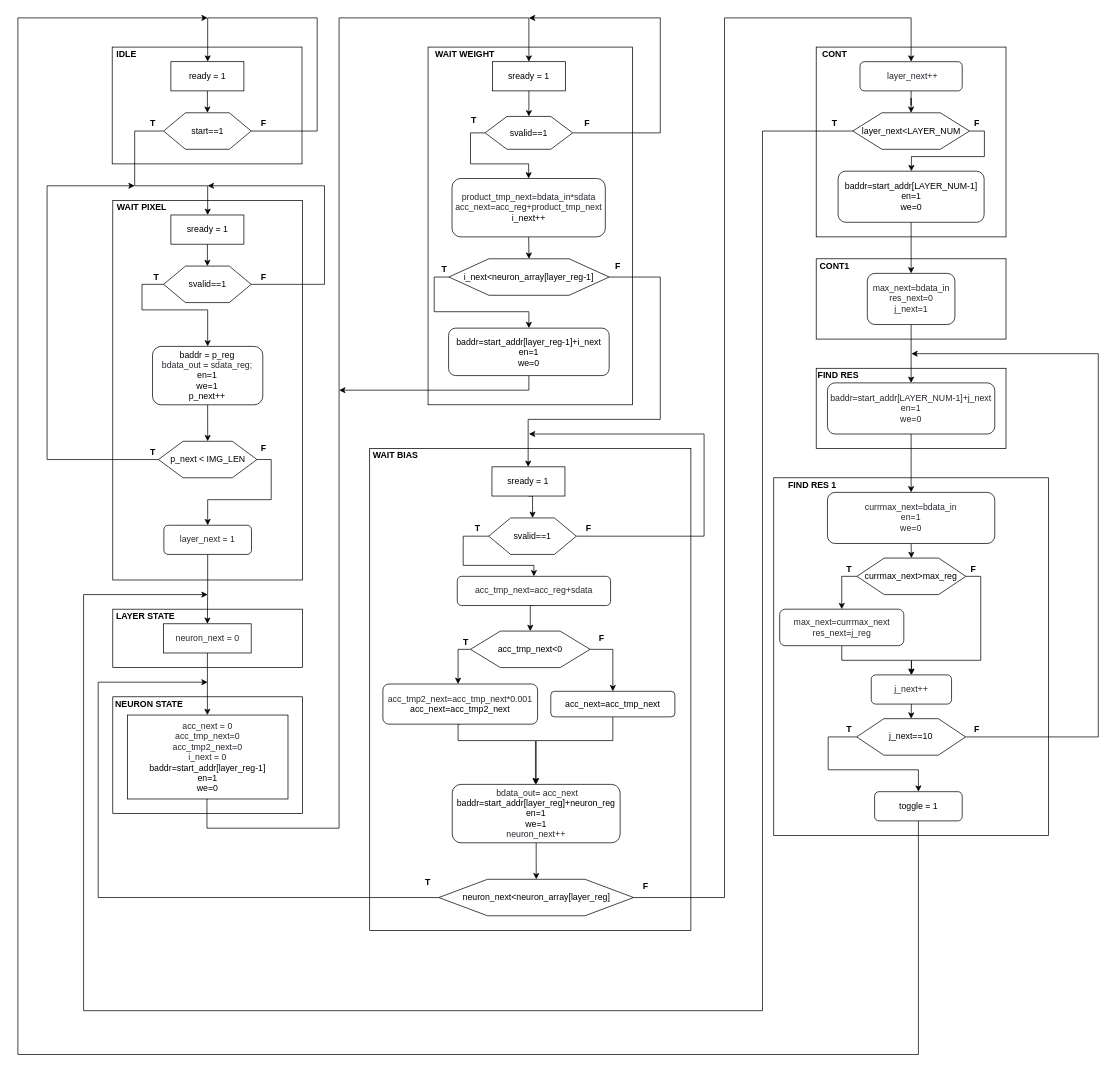
Above: grafici/asmd_chart.drawio in felixhsu123/mlp_vhdl (draw.io), before the change. Source tidied: cells renumbered, new cells numbered last; positions are measured from the earlier drawing's top-left corner, leaving out a move shared by most shapes. Both pictures are drawn from the tidied source at 73%, with x=0, y=0 at pixel (18, 18).
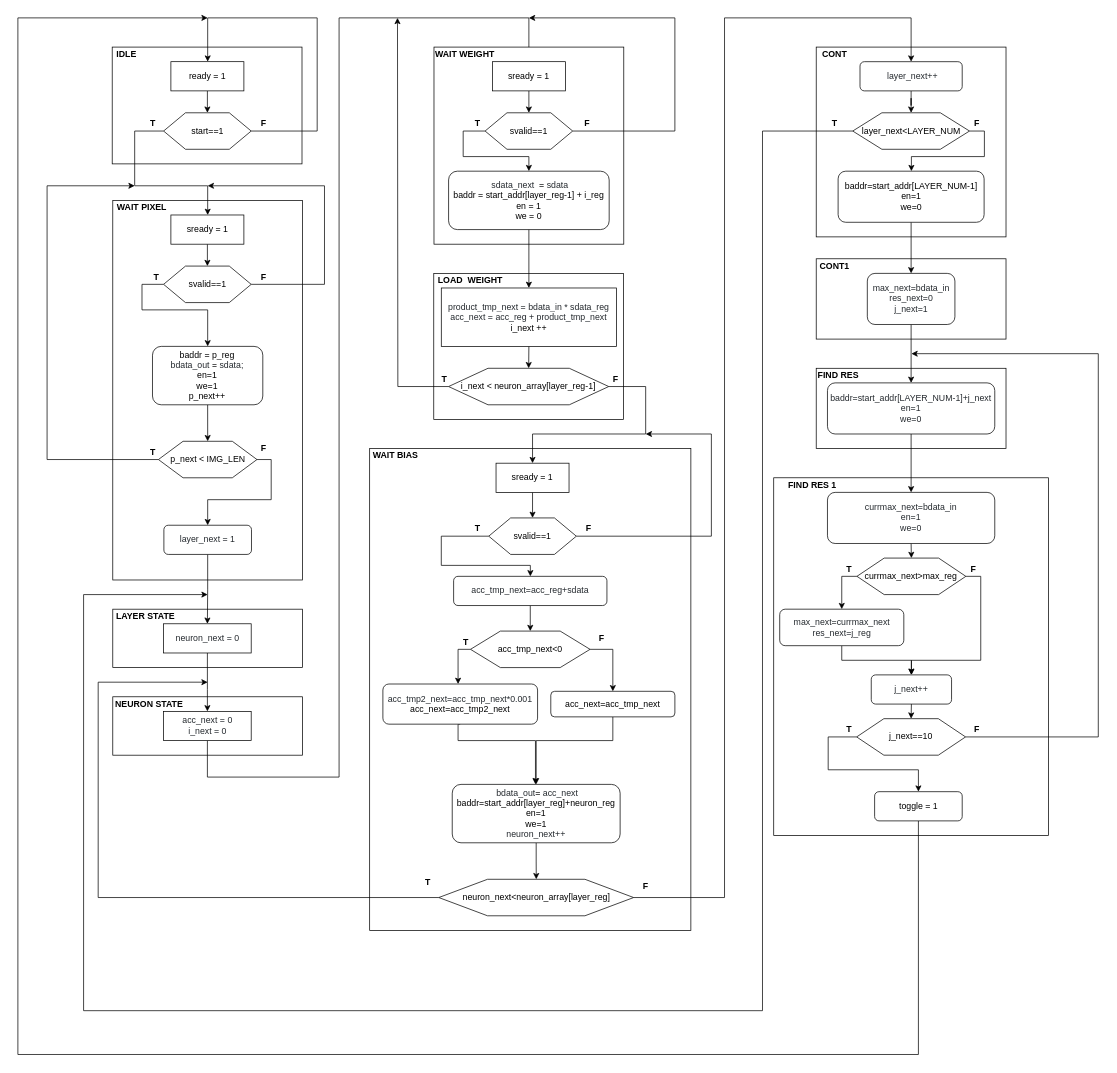
The same page after the edit.

Unchanged cells that the change refers to:
```xml
<mxCell id="53" value="svalid==1" style="shape=hexagon;perimeter=hexagonPerimeter2;whiteSpace=wrap;html=1;fontStyle=0;" parent="1" vertex="1">
  <mxGeometry x="645" y="685" width="120" height="50" as="geometry" />
</mxCell>
```

Change to the diagram source:
```diff
@@
-    <mxCell id="7" style="rounded=0;whiteSpace=wrap;html=1;" parent="1" vertex="1">
-      <mxGeometry x="561.9" y="40" width="280" height="490" as="geometry" />
-    </mxCell>
     <mxCell id="8" style="rounded=0;whiteSpace=wrap;html=1;" parent="1" vertex="1">
-      <mxGeometry x="130" y="930" width="260" height="160" as="geometry" />
+      <mxGeometry x="130" y="930" width="260" height="80" as="geometry" />
     </mxCell>
@@
-    <mxCell id="24" value="baddr = p_reg&lt;br&gt;&lt;span style=&quot;color: rgb(36 , 41 , 46) ; font-family: , &amp;#34;consolas&amp;#34; , &amp;#34;liberation mono&amp;#34; , &amp;#34;menlo&amp;#34; , monospace ; white-space: pre ; background-color: rgb(255 , 255 , 255)&quot;&gt;bdata_out &lt;/span&gt;&lt;span style=&quot;font-family: , &amp;#34;consolas&amp;#34; , &amp;#34;liberation mono&amp;#34; , &amp;#34;menlo&amp;#34; , monospace ; white-space: pre ; background-color: rgb(255 , 255 , 255)&quot;&gt;=&lt;/span&gt;&lt;span style=&quot;color: rgb(36 , 41 , 46) ; font-family: , &amp;#34;consolas&amp;#34; , &amp;#34;liberation mono&amp;#34; , &amp;#34;menlo&amp;#34; , monospace ; white-space: pre ; background-color: rgb(255 , 255 , 255)&quot;&gt; sdata_reg;&lt;/span&gt;&lt;br&gt;en=1&lt;br&gt;we=1&lt;br&gt;p_next++" style="rounded=1;whiteSpace=wrap;html=1;fontStyle=0;" parent="1" vertex="1">
+    <mxCell id="24" value="baddr = p_reg&lt;br&gt;&lt;span style=&quot;color: rgb(36 , 41 , 46) ; font-family: , &amp;#34;consolas&amp;#34; , &amp;#34;liberation mono&amp;#34; , &amp;#34;menlo&amp;#34; , monospace ; white-space: pre ; background-color: rgb(255 , 255 , 255)&quot;&gt;bdata_out &lt;/span&gt;&lt;span style=&quot;font-family: , &amp;#34;consolas&amp;#34; , &amp;#34;liberation mono&amp;#34; , &amp;#34;menlo&amp;#34; , monospace ; white-space: pre ; background-color: rgb(255 , 255 , 255)&quot;&gt;=&lt;/span&gt;&lt;span style=&quot;color: rgb(36 , 41 , 46) ; font-family: , &amp;#34;consolas&amp;#34; , &amp;#34;liberation mono&amp;#34; , &amp;#34;menlo&amp;#34; , monospace ; white-space: pre ; background-color: rgb(255 , 255 , 255)&quot;&gt; sdata;&lt;/span&gt;&lt;br&gt;en=1&lt;br&gt;we=1&lt;br&gt;p_next++" style="rounded=1;whiteSpace=wrap;html=1;fontStyle=0;" parent="1" vertex="1">
       <mxGeometry x="184.4" y="450" width="151.1" height="80" as="geometry" />
     </mxCell>
@@
-    <mxCell id="33" style="edgeStyle=orthogonalEdgeStyle;rounded=0;jettySize=auto;html=1;exitX=0.5;exitY=1;exitDx=0;exitDy=0;entryX=0.5;entryY=0;entryDx=0;entryDy=0;" parent="1" edge="1" source="34" target="36">
+    <mxCell id="33" style="edgeStyle=orthogonalEdgeStyle;rounded=0;jettySize=auto;html=1;exitX=0.5;exitY=1;exitDx=0;exitDy=0;entryX=0.5;entryY=0;entryDx=0;entryDy=0;" parent="1" edge="1" source="34">
       <mxGeometry relative="1" as="geometry">
+        <mxPoint x="700" y="60" as="targetPoint" />
         <Array as="points">
-          <mxPoint x="259" y="1110" />
-          <mxPoint x="440" y="1110" />
+          <mxPoint x="260" y="1040" />
+          <mxPoint x="440" y="1040" />
           <mxPoint x="440" />
           <mxPoint x="700" />
         </Array>
       </mxGeometry>
     </mxCell>
-    <mxCell id="34" value="&lt;font color=&quot;#24292e&quot;&gt;&lt;span style=&quot;white-space: pre ; background-color: rgb(255 , 255 , 255)&quot;&gt;acc_next = 0&lt;br&gt;acc_tmp_next=0&lt;br&gt;acc_tmp2_next=0&lt;br&gt;i_next = 0&lt;br&gt;&lt;/span&gt;&lt;/font&gt;baddr=start_addr[layer_reg-1]&lt;br&gt;en=1&lt;br&gt;we=0&lt;font color=&quot;#24292e&quot;&gt;&lt;span style=&quot;white-space: pre ; background-color: rgb(255 , 255 , 255)&quot;&gt;&lt;br&gt;&lt;/span&gt;&lt;/font&gt;" style="rounded=0;whiteSpace=wrap;html=1;fontStyle=0;" parent="1" vertex="1">
-      <mxGeometry x="150" y="955" width="220" height="115" as="geometry" />
+    <mxCell id="34" value="&lt;font color=&quot;#24292e&quot;&gt;&lt;span style=&quot;white-space: pre ; background-color: rgb(255 , 255 , 255)&quot;&gt;acc_next = 0&lt;br/&gt;i_next = 0&lt;br/&gt;&lt;/span&gt;&lt;/font&gt;" style="rounded=0;whiteSpace=wrap;html=1;fontStyle=0;" parent="1" vertex="1">
+      <mxGeometry x="199.6" y="950" width="120" height="40" as="geometry" />
     </mxCell>
-    <mxCell id="35" style="edgeStyle=orthogonalEdgeStyle;rounded=0;jettySize=auto;html=1;exitX=0.5;exitY=1;exitDx=0;exitDy=0;entryX=0.5;entryY=0;entryDx=0;entryDy=0;" parent="1" edge="1" source="36" target="42">
-      <mxGeometry relative="1" as="geometry" />
-    </mxCell>
-    <mxCell id="36" value="sready = 1" style="whiteSpace=wrap;html=1;align=center;" parent="1" vertex="1">
-      <mxGeometry x="650" y="60" width="100" height="40" as="geometry" />
-    </mxCell>
-    <mxCell id="37" value="&lt;b&gt;WAIT WEIGHT&lt;/b&gt;" style="text;html=1;strokeColor=none;fillColor=none;align=center;verticalAlign=middle;whiteSpace=wrap;rounded=0;" parent="1" vertex="1">
-      <mxGeometry x="570" y="40" width="85" height="20" as="geometry" />
-    </mxCell>
-    <mxCell id="38" style="edgeStyle=orthogonalEdgeStyle;rounded=0;jettySize=auto;html=1;exitX=0.5;exitY=1;exitDx=0;exitDy=0;" parent="1" edge="1" source="39">
-      <mxGeometry relative="1" as="geometry">
-        <mxPoint x="440" y="510" as="targetPoint" />
-        <Array as="points">
-          <mxPoint x="699" y="510" />
-          <mxPoint x="440" y="510" />
-        </Array>
-      </mxGeometry>
-    </mxCell>
-    <mxCell id="39" value="baddr=start_addr[layer_reg-1]+i_next&lt;br&gt;en=1&lt;br&gt;we=0&lt;span style=&quot;color: rgb(36 , 41 , 46) ; font-family: , &amp;#34;consolas&amp;#34; , &amp;#34;liberation mono&amp;#34; , &amp;#34;menlo&amp;#34; , monospace ; white-space: pre ; background-color: rgb(255 , 255 , 255)&quot;&gt;&lt;br&gt;&lt;/span&gt;" style="rounded=1;whiteSpace=wrap;html=1;fontStyle=0;" parent="1" vertex="1">
-      <mxGeometry x="590" y="425" width="220" height="65" as="geometry" />
-    </mxCell>
-    <mxCell id="40" style="edgeStyle=orthogonalEdgeStyle;rounded=0;jettySize=auto;html=1;exitX=0;exitY=0.5;exitDx=0;exitDy=0;entryX=0.5;entryY=0;entryDx=0;entryDy=0;" parent="1" edge="1" source="42" target="44">
-      <mxGeometry relative="1" as="geometry" />
-    </mxCell>
-    <mxCell id="41" style="edgeStyle=orthogonalEdgeStyle;rounded=0;jettySize=auto;html=1;exitX=1;exitY=0.5;exitDx=0;exitDy=0;" parent="1" edge="1" source="42">
-      <mxGeometry relative="1" as="geometry">
-        <mxPoint x="700" as="targetPoint" />
-        <Array as="points">
-          <mxPoint x="880" y="158" />
-          <mxPoint x="880" />
-        </Array>
-      </mxGeometry>
-    </mxCell>
-    <mxCell id="42" value="svalid==1" style="shape=hexagon;perimeter=hexagonPerimeter2;whiteSpace=wrap;html=1;fontStyle=0;" parent="1" vertex="1">
-      <mxGeometry x="640" y="135" width="120" height="45" as="geometry" />
-    </mxCell>
-    <mxCell id="43" style="edgeStyle=orthogonalEdgeStyle;rounded=0;jettySize=auto;html=1;exitX=0.5;exitY=1;exitDx=0;exitDy=0;entryX=0.5;entryY=0;entryDx=0;entryDy=0;" parent="1" edge="1" source="44" target="47">
-      <mxGeometry relative="1" as="geometry" />
-    </mxCell>
-    <mxCell id="44" value="&lt;span style=&quot;color: rgb(36 , 41 , 46) ; white-space: pre ; background-color: rgb(255 , 255 , 255)&quot;&gt;product_tmp_next=bdata_in*sdata&lt;/span&gt;&lt;span style=&quot;color: rgb(36 , 41 , 46) ; font-family: , &amp;#34;consolas&amp;#34; , &amp;#34;liberation mono&amp;#34; , &amp;#34;menlo&amp;#34; , monospace ; white-space: pre ; background-color: rgb(255 , 255 , 255)&quot;&gt;&lt;br&gt;acc_next=acc_reg+product_tmp_next&lt;br&gt;&lt;/span&gt;i_next++" style="rounded=1;whiteSpace=wrap;html=1;fontStyle=0;" parent="1" vertex="1">
-      <mxGeometry x="594.7" y="220" width="210" height="80" as="geometry" />
-    </mxCell>
-    <mxCell id="45" style="edgeStyle=orthogonalEdgeStyle;rounded=0;jettySize=auto;html=1;exitX=0;exitY=0.5;exitDx=0;exitDy=0;entryX=0.5;entryY=0;entryDx=0;entryDy=0;" parent="1" edge="1" source="47" target="39">
-      <mxGeometry relative="1" as="geometry" />
-    </mxCell>
-    <mxCell id="46" style="edgeStyle=orthogonalEdgeStyle;rounded=0;jettySize=auto;html=1;exitX=1;exitY=0.5;exitDx=0;exitDy=0;" parent="1" edge="1" source="47" target="49">
-      <mxGeometry relative="1" as="geometry">
-        <Array as="points">
-          <mxPoint x="880" y="355" />
-          <mxPoint x="880" y="550" />
-          <mxPoint x="699" y="550" />
-        </Array>
-      </mxGeometry>
-    </mxCell>
-    <mxCell id="47" value="i_next&amp;lt;neuron_array[layer_reg-1]" style="shape=hexagon;perimeter=hexagonPerimeter2;whiteSpace=wrap;html=1;fontStyle=0;" parent="1" vertex="1">
-      <mxGeometry x="590.3" y="330" width="219.7" height="50" as="geometry" />
-    </mxCell>
@@
     <mxCell id="49" value="sready = 1" style="whiteSpace=wrap;html=1;align=center;" parent="1" vertex="1">
-      <mxGeometry x="649.4" y="615" width="100" height="40" as="geometry" />
+      <mxGeometry x="655" y="610" width="100" height="40" as="geometry" />
     </mxCell>
@@
-    <mxCell id="51" style="edgeStyle=orthogonalEdgeStyle;rounded=0;jettySize=auto;html=1;exitX=1;exitY=0.5;exitDx=0;exitDy=0;" parent="1" edge="1" source="53">
-      <mxGeometry relative="1" as="geometry">
-        <mxPoint x="700" y="570" as="targetPoint" />
-        <Array as="points">
-          <mxPoint x="940" y="710" />
-          <mxPoint x="940" y="570" />
-        </Array>
-      </mxGeometry>
-    </mxCell>
-    <mxCell id="52" style="edgeStyle=orthogonalEdgeStyle;rounded=0;jettySize=auto;html=1;exitX=0;exitY=0.5;exitDx=0;exitDy=0;entryX=0.5;entryY=0;entryDx=0;entryDy=0;" parent="1" edge="1" source="53">
-      <mxGeometry relative="1" as="geometry">
-        <mxPoint x="706.9" y="765" as="targetPoint" />
-        <Array as="points">
-          <mxPoint x="610" y="710" />
-          <mxPoint x="610" y="750" />
-          <mxPoint x="707" y="750" />
-        </Array>
-      </mxGeometry>
-    </mxCell>
+    <mxCell id="121" style="edgeStyle=orthogonalEdgeStyle;rounded=0;jettySize=auto;html=1;exitX=1;exitY=0.5;exitDx=0;exitDy=0;" parent="1" edge="1" source="53">
+      <mxGeometry relative="1" as="geometry">
+        <mxPoint x="860" y="570" as="targetPoint" />
+        <Array as="points">
+          <mxPoint x="950" y="710" />
+          <mxPoint x="950" y="570" />
+        </Array>
+      </mxGeometry>
+    </mxCell>
+    <mxCell id="122" style="edgeStyle=orthogonalEdgeStyle;rounded=0;jettySize=auto;html=1;exitX=0;exitY=0.5;exitDx=0;exitDy=0;" parent="1" edge="1" source="53" target="55">
+      <mxGeometry relative="1" as="geometry">
+        <Array as="points">
+          <mxPoint x="580" y="710" />
+          <mxPoint x="580" y="750" />
+          <mxPoint x="702" y="750" />
+        </Array>
+      </mxGeometry>
+    </mxCell>
@@
     <mxCell id="55" value="&lt;span style=&quot;color: rgb(36 , 41 , 46) ; font-family: , &amp;#34;consolas&amp;#34; , &amp;#34;liberation mono&amp;#34; , &amp;#34;menlo&amp;#34; , monospace ; white-space: pre ; background-color: rgb(255 , 255 , 255)&quot;&gt;acc_tmp_next=acc_reg+sdata&lt;/span&gt;" style="rounded=1;whiteSpace=wrap;html=1;fontStyle=0;" parent="1" vertex="1">
-      <mxGeometry x="601.9" y="765" width="210" height="40" as="geometry" />
+      <mxGeometry x="596.9" y="765" width="210" height="40" as="geometry" />
     </mxCell>
@@
-    <mxCell id="102" value="&lt;b&gt;T&lt;/b&gt;" style="text;html=1;strokeColor=none;fillColor=none;align=center;verticalAlign=middle;whiteSpace=wrap;rounded=0;fontStyle=0;" parent="1" vertex="1">
-      <mxGeometry x="610.4" y="125" width="29.6" height="30" as="geometry" />
-    </mxCell>
-    <mxCell id="103" value="&lt;b&gt;T&lt;/b&gt;" style="text;html=1;strokeColor=none;fillColor=none;align=center;verticalAlign=middle;whiteSpace=wrap;rounded=0;fontStyle=0;" parent="1" vertex="1">
-      <mxGeometry x="570" y="330" width="29.4" height="30" as="geometry" />
-    </mxCell>
@@
-    <mxCell id="113" value="&lt;b&gt;F&lt;/b&gt;" style="text;html=1;strokeColor=none;fillColor=none;align=center;verticalAlign=middle;whiteSpace=wrap;rounded=0;fontStyle=0;" parent="1" vertex="1">
-      <mxGeometry x="769.6" y="135" width="20" height="20" as="geometry" />
-    </mxCell>
-    <mxCell id="114" value="&lt;b&gt;F&lt;/b&gt;" style="text;html=1;strokeColor=none;fillColor=none;align=center;verticalAlign=middle;whiteSpace=wrap;rounded=0;fontStyle=0;" parent="1" vertex="1">
-      <mxGeometry x="811.9" y="330" width="20" height="20" as="geometry" />
-    </mxCell>
@@
+    <mxCell id="123" style="rounded=0;whiteSpace=wrap;html=1;" parent="1" vertex="1">
+      <mxGeometry x="570" y="40" width="260" height="270" as="geometry" />
+    </mxCell>
+    <mxCell id="124" style="rounded=0;whiteSpace=wrap;html=1;" parent="1" vertex="1">
+      <mxGeometry x="569.7" y="350" width="260" height="200" as="geometry" />
+    </mxCell>
+    <mxCell id="35" style="edgeStyle=orthogonalEdgeStyle;rounded=0;jettySize=auto;html=1;exitX=0.5;exitY=1;exitDx=0;exitDy=0;entryX=0.5;entryY=0;entryDx=0;entryDy=0;" parent="1" edge="1" source="36" target="42">
+      <mxGeometry relative="1" as="geometry" />
+    </mxCell>
+    <mxCell id="36" value="sready = 1" style="whiteSpace=wrap;html=1;align=center;" parent="1" vertex="1">
+      <mxGeometry x="650" y="60" width="100" height="40" as="geometry" />
+    </mxCell>
+    <mxCell id="37" value="&lt;b&gt;WAIT WEIGHT&lt;/b&gt;" style="text;html=1;strokeColor=none;fillColor=none;align=center;verticalAlign=middle;whiteSpace=wrap;rounded=0;" parent="1" vertex="1">
+      <mxGeometry x="570" y="40" width="85" height="20" as="geometry" />
+    </mxCell>
+    <mxCell id="125" style="edgeStyle=orthogonalEdgeStyle;rounded=0;jettySize=auto;html=1;exitX=0.5;exitY=1;exitDx=0;exitDy=0;" parent="1" edge="1" source="126" target="130">
+      <mxGeometry relative="1" as="geometry" />
+    </mxCell>
+    <mxCell id="126" value="&lt;span style=&quot;color: rgb(36 , 41 , 46) ; font-family: , &amp;#34;consolas&amp;#34; , &amp;#34;liberation mono&amp;#34; , &amp;#34;menlo&amp;#34; , monospace ; white-space: pre ; background-color: rgb(255 , 255 , 255)&quot;&gt; sdata_next &lt;/span&gt;&lt;span style=&quot;white-space: pre ; background-color: rgb(255 , 255 , 255)&quot;&gt;&lt;font color=&quot;#d73a49&quot;&gt; &lt;/font&gt;=&lt;/span&gt;&lt;span style=&quot;color: rgb(36 , 41 , 46) ; font-family: , &amp;#34;consolas&amp;#34; , &amp;#34;liberation mono&amp;#34; , &amp;#34;menlo&amp;#34; , monospace ; white-space: pre ; background-color: rgb(255 , 255 , 255)&quot;&gt; sdata&lt;br&gt;&lt;/span&gt;baddr = start_addr[layer_reg-1] + i_reg&lt;br&gt;en = 1&lt;br&gt;we = 0&lt;span style=&quot;color: rgb(36 , 41 , 46) ; font-family: , &amp;#34;consolas&amp;#34; , &amp;#34;liberation mono&amp;#34; , &amp;#34;menlo&amp;#34; , monospace ; white-space: pre ; background-color: rgb(255 , 255 , 255)&quot;&gt;&lt;br&gt;&lt;/span&gt;" style="rounded=1;whiteSpace=wrap;html=1;fontStyle=0;" parent="1" vertex="1">
+      <mxGeometry x="590" y="210" width="220" height="80" as="geometry" />
+    </mxCell>
+    <mxCell id="127" style="edgeStyle=orthogonalEdgeStyle;rounded=0;jettySize=auto;html=1;exitX=0;exitY=0.5;exitDx=0;exitDy=0;" parent="1" edge="1" source="42" target="126">
+      <mxGeometry relative="1" as="geometry">
+        <Array as="points">
+          <mxPoint x="610" y="155" />
+          <mxPoint x="610" y="190" />
+          <mxPoint x="700" y="190" />
+        </Array>
+      </mxGeometry>
+    </mxCell>
+    <mxCell id="128" style="edgeStyle=orthogonalEdgeStyle;rounded=0;jettySize=auto;html=1;exitX=1;exitY=0.5;exitDx=0;exitDy=0;" parent="1" edge="1" source="42">
+      <mxGeometry relative="1" as="geometry">
+        <mxPoint x="700" as="targetPoint" />
+        <Array as="points">
+          <mxPoint x="900" y="155" />
+          <mxPoint x="900" />
+        </Array>
+      </mxGeometry>
+    </mxCell>
+    <mxCell id="42" value="svalid==1" style="shape=hexagon;perimeter=hexagonPerimeter2;whiteSpace=wrap;html=1;fontStyle=0;" parent="1" vertex="1">
+      <mxGeometry x="640" y="130" width="120" height="50" as="geometry" />
+    </mxCell>
+    <mxCell id="129" style="edgeStyle=orthogonalEdgeStyle;rounded=0;jettySize=auto;html=1;exitX=0.5;exitY=1;exitDx=0;exitDy=0;entryX=0.5;entryY=0;entryDx=0;entryDy=0;" parent="1" edge="1" source="130" target="134">
+      <mxGeometry relative="1" as="geometry" />
+    </mxCell>
+    <mxCell id="130" value="&lt;span style=&quot;color: rgb(36 , 41 , 46) ; white-space: pre ; background-color: rgb(255 , 255 , 255)&quot;&gt;product_tmp_next = bdata_in * sdata_reg&lt;/span&gt;&lt;span style=&quot;color: rgb(36 , 41 , 46) ; font-family: , &amp;#34;consolas&amp;#34; , &amp;#34;liberation mono&amp;#34; , &amp;#34;menlo&amp;#34; , monospace ; white-space: pre ; background-color: rgb(255 , 255 , 255)&quot;&gt;&lt;br&gt;acc_next = acc_reg + product_tmp_next&lt;br&gt;&lt;/span&gt;i_next ++" style="rounded=1;whiteSpace=wrap;html=1;fontStyle=0;arcSize=0;" parent="1" vertex="1">
+      <mxGeometry x="580" y="370" width="240" height="80" as="geometry" />
+    </mxCell>
+    <mxCell id="131" value="&lt;b&gt;LOAD&amp;nbsp; WEIGHT&lt;/b&gt;" style="text;html=1;strokeColor=none;fillColor=none;align=center;verticalAlign=middle;whiteSpace=wrap;rounded=0;" parent="1" vertex="1">
+      <mxGeometry x="570" y="350" width="100" height="20" as="geometry" />
+    </mxCell>
+    <mxCell id="132" style="edgeStyle=orthogonalEdgeStyle;rounded=0;jettySize=auto;html=1;exitX=0;exitY=0.5;exitDx=0;exitDy=0;" parent="1" edge="1" source="134">
+      <mxGeometry relative="1" as="geometry">
+        <mxPoint x="520" as="targetPoint" />
+      </mxGeometry>
+    </mxCell>
+    <mxCell id="133" style="edgeStyle=orthogonalEdgeStyle;rounded=0;jettySize=auto;html=1;exitX=1;exitY=0.5;exitDx=0;exitDy=0;" parent="1" edge="1" source="134" target="49">
+      <mxGeometry relative="1" as="geometry">
+        <Array as="points">
+          <mxPoint x="860" y="505" />
+          <mxPoint x="860" y="570" />
+          <mxPoint x="705" y="570" />
+        </Array>
+      </mxGeometry>
+    </mxCell>
+    <mxCell id="134" value="i_next &amp;lt; neuron_array[layer_reg-1]" style="shape=hexagon;perimeter=hexagonPerimeter2;whiteSpace=wrap;html=1;fontStyle=0;size=0.24614823593764246;" parent="1" vertex="1">
+      <mxGeometry x="590" y="480" width="219.4" height="50" as="geometry" />
+    </mxCell>
+    <mxCell id="135" value="&lt;b&gt;T&lt;/b&gt;" style="text;html=1;strokeColor=none;fillColor=none;align=center;verticalAlign=middle;whiteSpace=wrap;rounded=0;fontStyle=0;" parent="1" vertex="1">
+      <mxGeometry x="615.4" y="130" width="29.6" height="30" as="geometry" />
+    </mxCell>
+    <mxCell id="136" value="&lt;b&gt;T&lt;/b&gt;" style="text;html=1;strokeColor=none;fillColor=none;align=center;verticalAlign=middle;whiteSpace=wrap;rounded=0;fontStyle=0;" parent="1" vertex="1">
+      <mxGeometry x="570" y="480" width="29.4" height="30" as="geometry" />
+    </mxCell>
+    <mxCell id="113" value="&lt;b&gt;F&lt;/b&gt;" style="text;html=1;strokeColor=none;fillColor=none;align=center;verticalAlign=middle;whiteSpace=wrap;rounded=0;fontStyle=0;" parent="1" vertex="1">
+      <mxGeometry x="769.6" y="135" width="20" height="20" as="geometry" />
+    </mxCell>
+    <mxCell id="114" value="&lt;b&gt;F&lt;/b&gt;" style="text;html=1;strokeColor=none;fillColor=none;align=center;verticalAlign=middle;whiteSpace=wrap;rounded=0;fontStyle=0;" parent="1" vertex="1">
+      <mxGeometry x="809.4" y="485" width="20" height="20" as="geometry" />
+    </mxCell>
```
